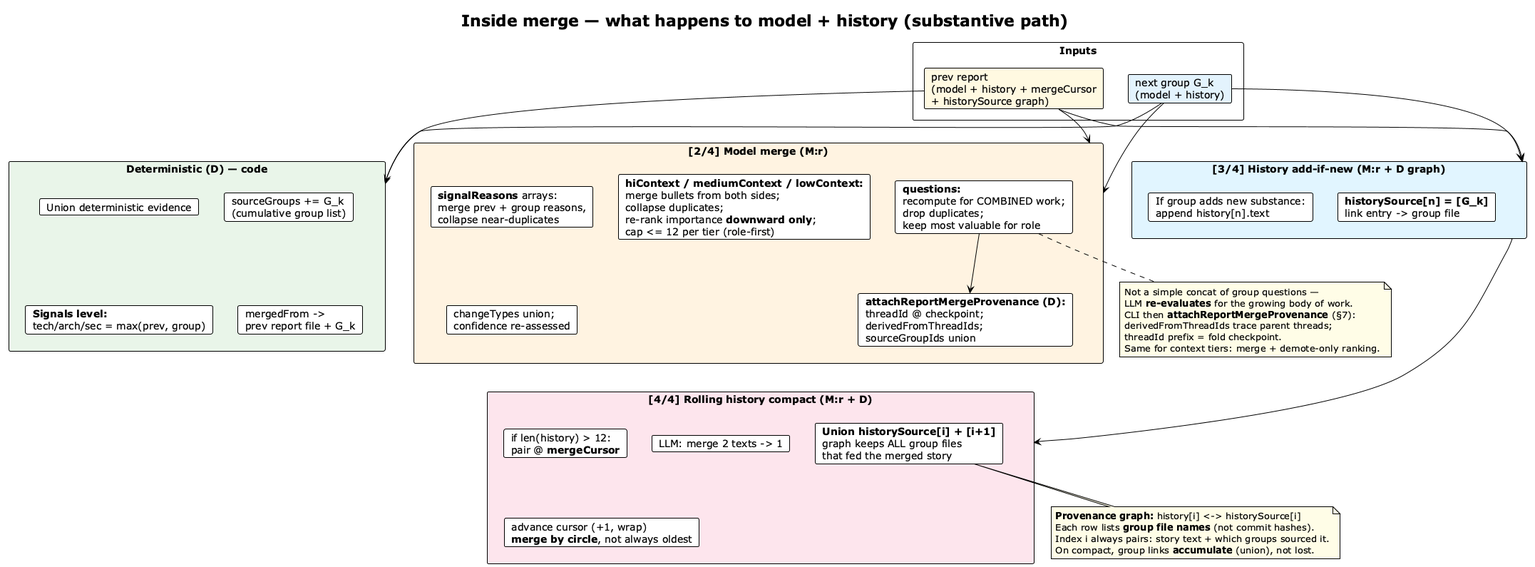
Above: img/report-merge-internals.png in vzakharchenko/dev-workgraph (PlantUML), before the change.
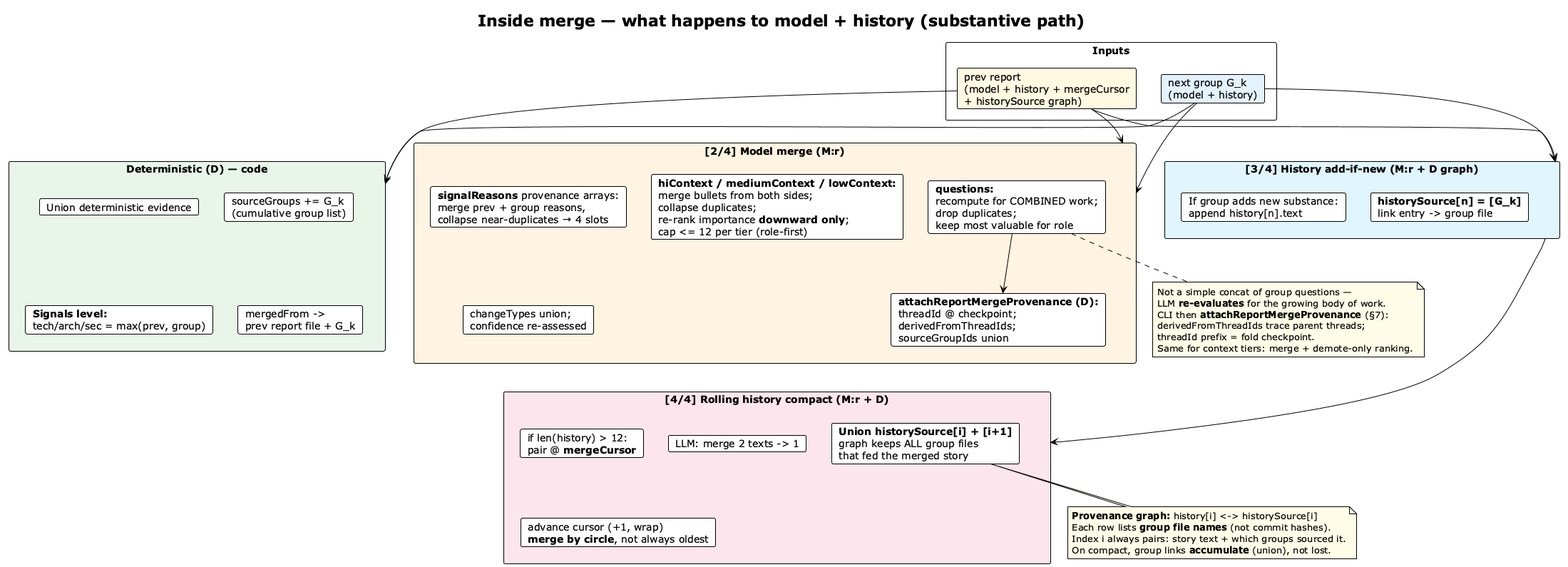
Above is the later version.

Change to the diagram source:
```diff
@@ -18,7 +18,7 @@
 }
 
 rectangle "**[2/4] Model merge (M:r)**" as MMOD #FFF3E0 {
-  card "**signalReasons** arrays:\nmerge prev + group reasons,\ncollapse near-duplicates" as SR
+  card "**signalReasons** provenance arrays:\nmerge prev + group reasons,\ncollapse near-duplicates → 4 slots" as SR
   card "**questions:**\nrecompute for COMBINED work;\ndrop duplicates;\nkeep most valuable for role" as Q
   card "**attachReportMergeProvenance (D):**\nthreadId @ checkpoint;\nderivedFromThreadIds;\nsourceGroupIds union" as QP
   card "**hiContext / mediumContext / lowContext:**\nmerge bullets from both sides;\ncollapse duplicates;\nre-rank importance **downward only**;\ncap <= 12 per tier (role-first)" as CTX
```
